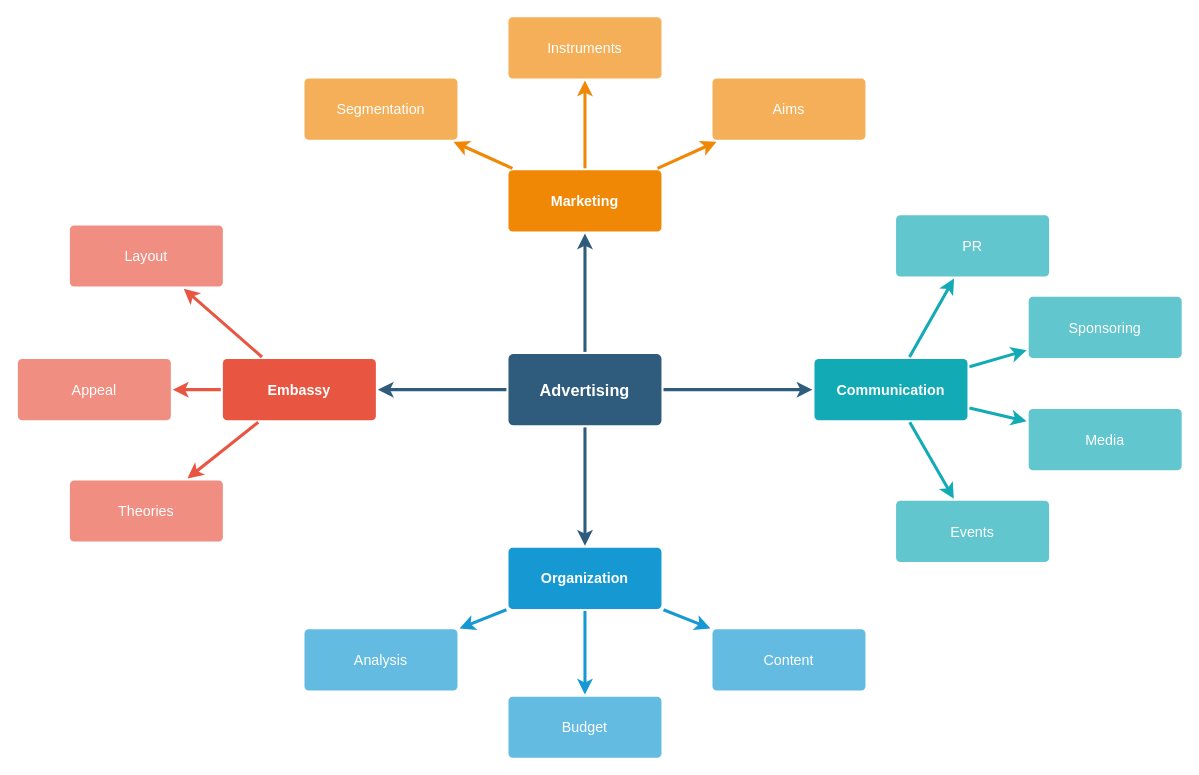
Before: Диаграмма без названия.drawio in Venom013/b4, a draw.io diagram. Source tidied: cells renumbered, new cells numbered last; positions are measured from the earlier drawing's top-left corner, leaving out a move shared by most shapes. Both pictures are drawn from the tidied source at 102%, with x=0, y=0 at pixel (17, 16).
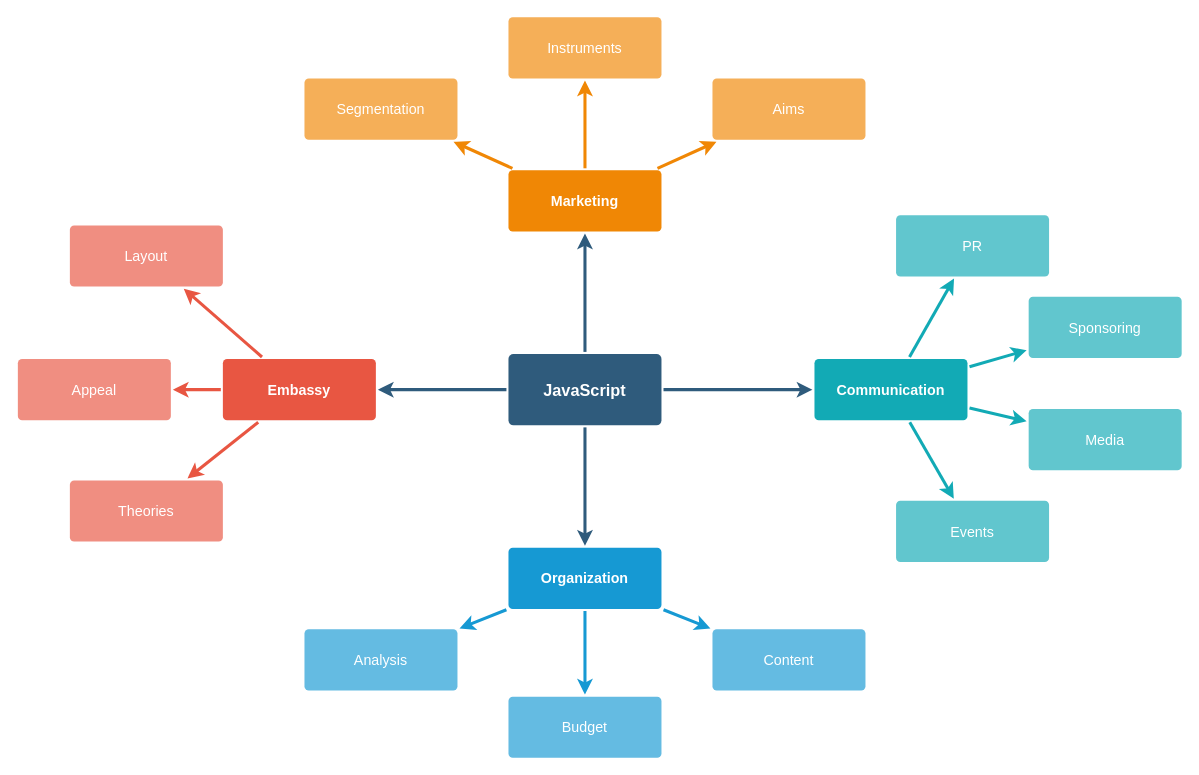
The same page after the edit.

What changed in the source:
```diff
@@
-    <mxCell id="6" value="Advertising" style="rounded=1;whiteSpace=wrap;html=1;shadow=0;labelBackgroundColor=none;strokeColor=none;strokeWidth=3;fillColor=#2F5B7C;fontFamily=Helvetica;fontSize=16;fontColor=#FFFFFF;align=center;fontStyle=1;spacing=5;arcSize=7;perimeterSpacing=2;" parent="1" vertex="1">
+    <mxCell id="6" value="JavaScript" style="rounded=1;whiteSpace=wrap;html=1;shadow=0;labelBackgroundColor=none;strokeColor=none;strokeWidth=3;fillColor=#2F5B7C;fontFamily=Helvetica;fontSize=16;fontColor=#FFFFFF;align=center;fontStyle=1;spacing=5;arcSize=7;perimeterSpacing=2;" parent="1" vertex="1">
       <mxGeometry x="481" y="330.5" width="150" height="70" as="geometry" />
     </mxCell>
```
